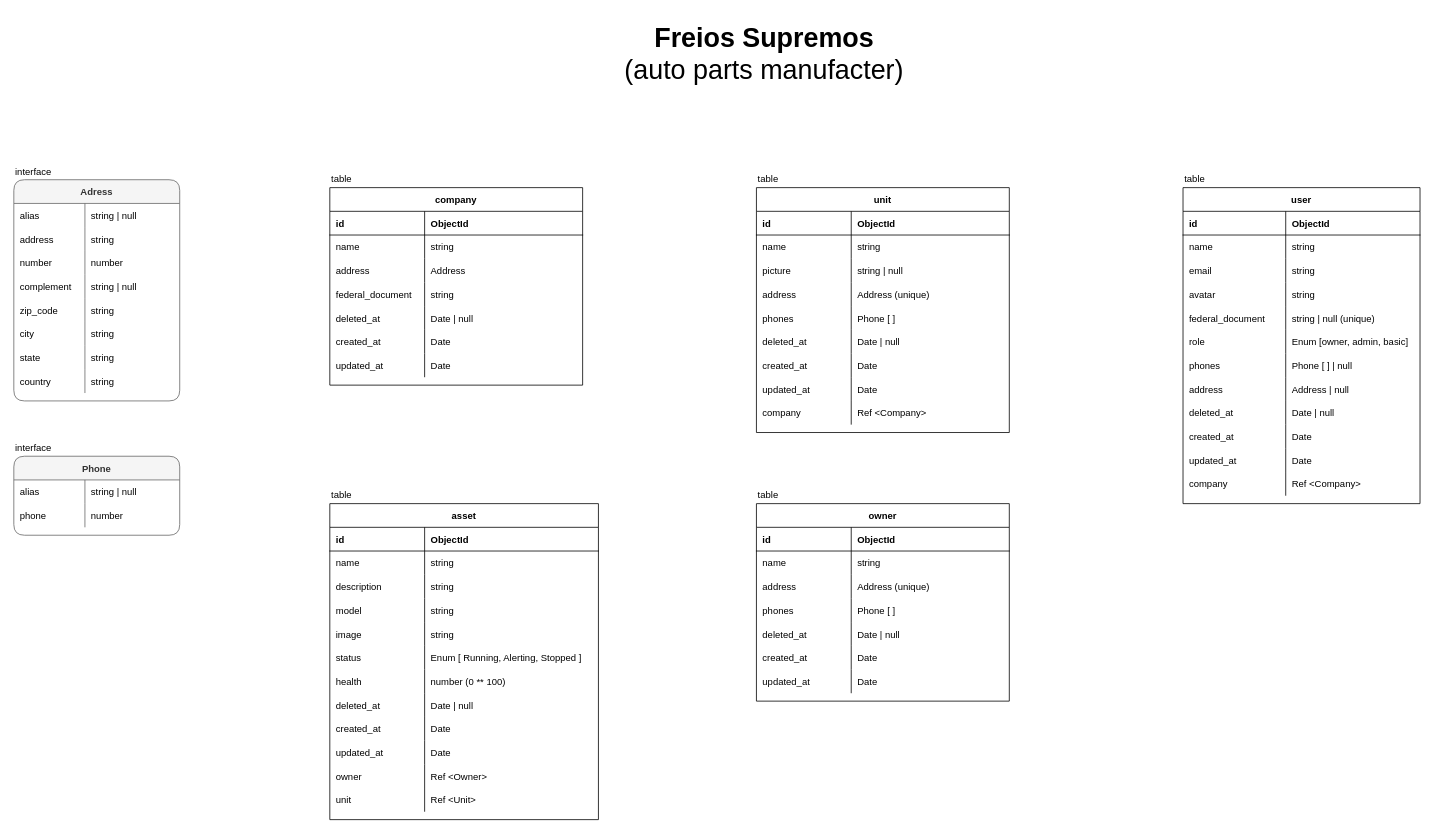
Before: docs/diagram.drawio in anderson-felix/tractian, a draw.io diagram. Source tidied: cells renumbered, new cells numbered last; positions are measured from the earlier drawing's top-left corner, leaving out a move shared by most shapes. Both pictures are drawn from the tidied source at 79%, with x=0, y=0 at pixel (13, 13).
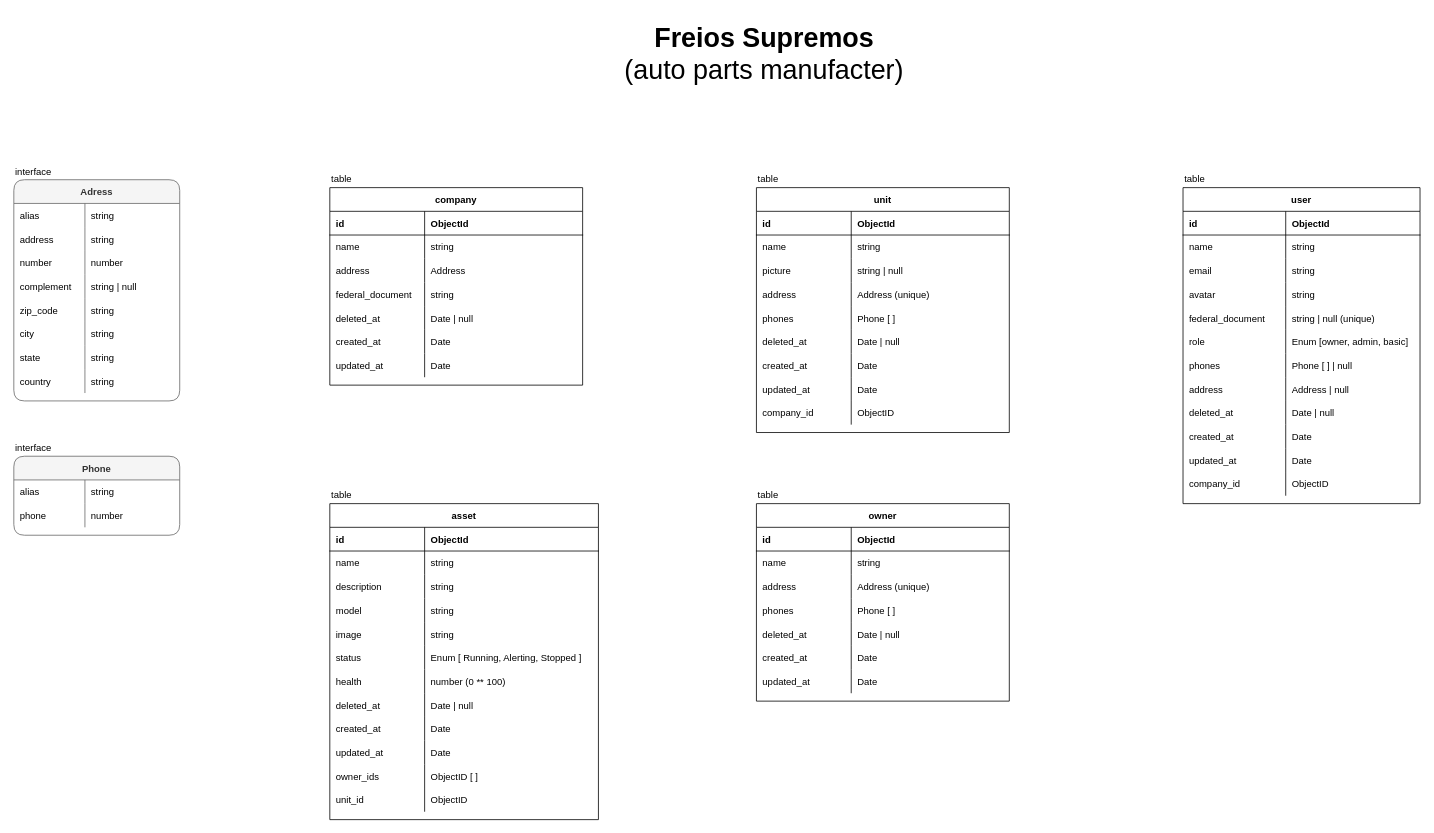
The same page after the edit.

Unchanged cells that the change refers to:
```xml
<mxCell id="56" style="shape=partialRectangle;fillColor=none;top=0;left=0;bottom=0;right=0;" parent="25" vertex="1">
  <mxGeometry y="330" width="340" height="30" as="geometry" />
</mxCell>
<mxCell id="59" style="shape=partialRectangle;fillColor=none;top=0;left=0;bottom=0;right=0;" parent="25" vertex="1">
  <mxGeometry y="360" width="340" height="30" as="geometry" />
</mxCell>
<mxCell id="96" style="shape=partialRectangle;fillColor=none;top=0;left=0;bottom=0;right=0;" parent="62" vertex="1">
  <mxGeometry y="360" width="300" height="30" as="geometry" />
</mxCell>
<mxCell id="125" style="shape=partialRectangle;fillColor=none;top=0;left=0;bottom=0;right=0;" parent="100" vertex="1">
  <mxGeometry y="270" width="320.1" height="30" as="geometry" />
</mxCell>
<mxCell id="129" style="shape=partialRectangle;fillColor=none;top=0;left=0;bottom=0;right=0;" parent="128" vertex="1">
  <mxGeometry y="30" width="210" height="30" as="geometry" />
</mxCell>
<mxCell id="159" style="shape=partialRectangle;fillColor=none;top=0;left=0;bottom=0;right=0;" parent="158" vertex="1">
  <mxGeometry y="30" width="210" height="30" as="geometry" />
</mxCell>
```

Change to the diagram source:
```diff
@@
-    <mxCell id="57" value="owner" style="shape=partialRectangle;fillColor=none;top=0;left=0;bottom=0;right=0;align=left;spacingLeft=6;overflow=hidden;" parent="56" vertex="1">
+    <mxCell id="57" value="owner_ids" style="shape=partialRectangle;fillColor=none;top=0;left=0;bottom=0;right=0;align=left;spacingLeft=6;overflow=hidden;" parent="56" vertex="1">
       <mxGeometry width="120" height="30" as="geometry" />
     </mxCell>
-    <mxCell id="58" value="Ref &lt;Owner&gt;" style="shape=partialRectangle;fillColor=none;top=0;left=0;bottom=0;right=0;align=left;spacingLeft=6;overflow=hidden;" parent="56" vertex="1">
+    <mxCell id="58" value="ObjectID [ ]" style="shape=partialRectangle;fillColor=none;top=0;left=0;bottom=0;right=0;align=left;spacingLeft=6;overflow=hidden;" parent="56" vertex="1">
       <mxGeometry x="120" width="220" height="30" as="geometry" />
     </mxCell>
@@
-    <mxCell id="60" value="unit" style="shape=partialRectangle;fillColor=none;top=0;left=0;bottom=0;right=0;align=left;spacingLeft=6;overflow=hidden;" parent="59" vertex="1">
+    <mxCell id="60" value="unit_id" style="shape=partialRectangle;fillColor=none;top=0;left=0;bottom=0;right=0;align=left;spacingLeft=6;overflow=hidden;" parent="59" vertex="1">
       <mxGeometry width="120" height="30" as="geometry" />
     </mxCell>
-    <mxCell id="61" value="Ref &lt;Unit&gt;" style="shape=partialRectangle;fillColor=none;top=0;left=0;bottom=0;right=0;align=left;spacingLeft=6;overflow=hidden;" parent="59" vertex="1">
+    <mxCell id="61" value="ObjectID" style="shape=partialRectangle;fillColor=none;top=0;left=0;bottom=0;right=0;align=left;spacingLeft=6;overflow=hidden;" parent="59" vertex="1">
       <mxGeometry x="120" width="220" height="30" as="geometry" />
     </mxCell>
@@
-    <mxCell id="97" value="company" style="shape=partialRectangle;fillColor=none;top=0;left=0;bottom=0;right=0;align=left;spacingLeft=6;overflow=hidden;" parent="96" vertex="1">
+    <mxCell id="97" value="company_id" style="shape=partialRectangle;fillColor=none;top=0;left=0;bottom=0;right=0;align=left;spacingLeft=6;overflow=hidden;" parent="96" vertex="1">
       <mxGeometry width="130" height="30" as="geometry" />
     </mxCell>
-    <mxCell id="98" value="Ref &lt;Company&gt;" style="shape=partialRectangle;fillColor=none;top=0;left=0;bottom=0;right=0;align=left;spacingLeft=6;overflow=hidden;" parent="96" vertex="1">
+    <mxCell id="98" value="ObjectID" style="shape=partialRectangle;fillColor=none;top=0;left=0;bottom=0;right=0;align=left;spacingLeft=6;overflow=hidden;" parent="96" vertex="1">
       <mxGeometry x="130" width="170" height="30" as="geometry" />
     </mxCell>
@@
-    <mxCell id="126" value="company" style="shape=partialRectangle;fillColor=none;top=0;left=0;bottom=0;right=0;align=left;spacingLeft=6;overflow=hidden;" parent="125" vertex="1">
+    <mxCell id="126" value="company_id" style="shape=partialRectangle;fillColor=none;top=0;left=0;bottom=0;right=0;align=left;spacingLeft=6;overflow=hidden;" parent="125" vertex="1">
       <mxGeometry width="120" height="30" as="geometry" />
     </mxCell>
-    <mxCell id="127" value="Ref &lt;Company&gt;" style="shape=partialRectangle;fillColor=none;top=0;left=0;bottom=0;right=0;align=left;spacingLeft=6;overflow=hidden;" parent="125" vertex="1">
+    <mxCell id="127" value="ObjectID" style="shape=partialRectangle;fillColor=none;top=0;left=0;bottom=0;right=0;align=left;spacingLeft=6;overflow=hidden;" parent="125" vertex="1">
       <mxGeometry x="120" width="200.1" height="30" as="geometry" />
     </mxCell>
@@
-    <mxCell id="131" value="string | null" style="shape=partialRectangle;fillColor=none;top=0;left=0;bottom=0;right=0;align=left;spacingLeft=6;overflow=hidden;" parent="129" vertex="1">
+    <mxCell id="131" value="string" style="shape=partialRectangle;fillColor=none;top=0;left=0;bottom=0;right=0;align=left;spacingLeft=6;overflow=hidden;" parent="129" vertex="1">
       <mxGeometry x="90" width="120" height="30" as="geometry" />
     </mxCell>
@@
-    <mxCell id="161" value="string | null" style="shape=partialRectangle;fillColor=none;top=0;left=0;bottom=0;right=0;align=left;spacingLeft=6;overflow=hidden;" parent="159" vertex="1">
+    <mxCell id="161" value="string" style="shape=partialRectangle;fillColor=none;top=0;left=0;bottom=0;right=0;align=left;spacingLeft=6;overflow=hidden;" parent="159" vertex="1">
       <mxGeometry x="90" width="120" height="30" as="geometry" />
     </mxCell>
```
